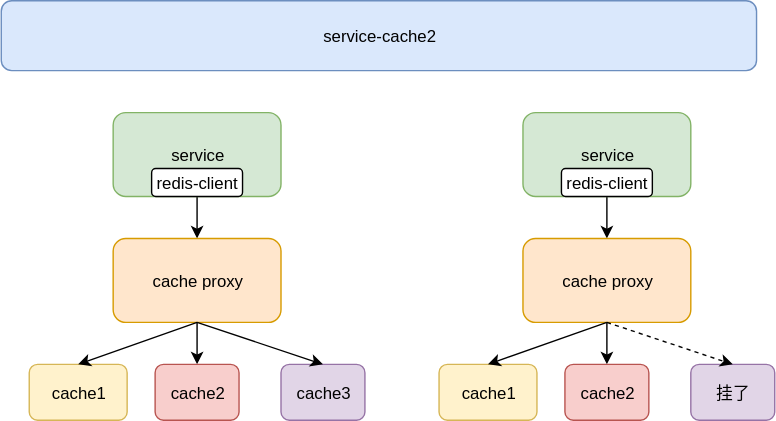
The draw.io diagram 19-基础设施/00-网关/00-Nginx/images/service-cache3.svg in cd-home/Root, before a commit. Source tidied: cells renumbered, new cells last; positions are measured from the earlier drawing's top-left corner, leaving out a move shared by most shapes.
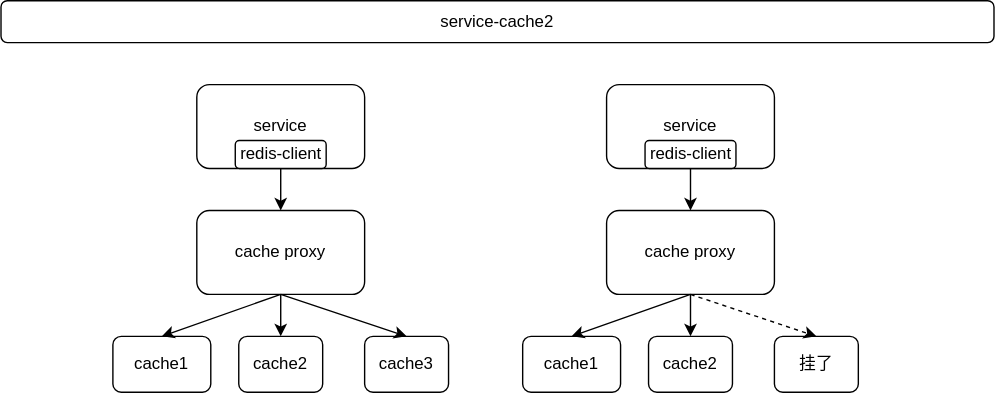
Above is the later version.

The edit, as a diff of the source:
```diff
@@ -2,28 +2,28 @@
   <root>
     <mxCell id="0" />
     <mxCell id="1" parent="0" />
-    <mxCell id="2" value="service-cache2" style="rounded=1;whiteSpace=wrap;html=1;fillColor=#dae8fc;strokeColor=#6c8ebf;" parent="1" vertex="1">
-      <mxGeometry width="540" height="50" as="geometry" />
+    <mxCell id="2" value="service-cache2" style="rounded=1;whiteSpace=wrap;html=1;" parent="1" vertex="1">
+      <mxGeometry x="-60" y="20" width="710" height="30" as="geometry" />
     </mxCell>
     <mxCell id="3" style="edgeStyle=orthogonalEdgeStyle;rounded=0;jettySize=auto;html=1;startArrow=none;startFill=0;" parent="1" edge="1" source="4" target="6">
       <mxGeometry relative="1" as="geometry" />
     </mxCell>
-    <mxCell id="4" value="service" style="rounded=1;whiteSpace=wrap;html=1;fillColor=#d5e8d4;strokeColor=#82b366;" parent="1" vertex="1">
+    <mxCell id="4" value="service" style="rounded=1;whiteSpace=wrap;html=1;" parent="1" vertex="1">
       <mxGeometry x="80" y="80" width="120" height="60" as="geometry" />
     </mxCell>
     <mxCell id="5" style="edgeStyle=orthogonalEdgeStyle;rounded=0;jettySize=auto;html=1;startArrow=none;startFill=0;" parent="1" edge="1" source="6" target="7">
       <mxGeometry relative="1" as="geometry" />
     </mxCell>
-    <mxCell id="6" value="cache proxy" style="rounded=1;whiteSpace=wrap;html=1;fillColor=#ffe6cc;strokeColor=#d79b00;" parent="1" vertex="1">
+    <mxCell id="6" value="cache proxy" style="rounded=1;whiteSpace=wrap;html=1;" parent="1" vertex="1">
       <mxGeometry x="80" y="170" width="120" height="60" as="geometry" />
     </mxCell>
-    <mxCell id="7" value="cache2" style="rounded=1;whiteSpace=wrap;html=1;fillColor=#f8cecc;strokeColor=#b85450;" parent="1" vertex="1">
+    <mxCell id="7" value="cache2" style="rounded=1;whiteSpace=wrap;html=1;" parent="1" vertex="1">
       <mxGeometry x="110" y="260" width="60" height="40" as="geometry" />
     </mxCell>
-    <mxCell id="8" value="cache3" style="rounded=1;whiteSpace=wrap;html=1;fillColor=#e1d5e7;strokeColor=#9673a6;" parent="1" vertex="1">
+    <mxCell id="8" value="cache3" style="rounded=1;whiteSpace=wrap;html=1;" parent="1" vertex="1">
       <mxGeometry x="200" y="260" width="60" height="40" as="geometry" />
     </mxCell>
-    <mxCell id="9" value="cache1" style="rounded=1;whiteSpace=wrap;html=1;fillColor=#fff2cc;strokeColor=#d6b656;" parent="1" vertex="1">
+    <mxCell id="9" value="cache1" style="rounded=1;whiteSpace=wrap;html=1;" parent="1" vertex="1">
       <mxGeometry x="20" y="260" width="70" height="40" as="geometry" />
     </mxCell>
     <mxCell id="10" value="redis-client" style="rounded=1;whiteSpace=wrap;html=1;" parent="1" vertex="1">
@@ -40,22 +40,22 @@
     <mxCell id="13" style="edgeStyle=orthogonalEdgeStyle;rounded=0;jettySize=auto;html=1;startArrow=none;startFill=0;" parent="1" edge="1" source="14" target="16">
       <mxGeometry relative="1" as="geometry" />
     </mxCell>
-    <mxCell id="14" value="service" style="rounded=1;whiteSpace=wrap;html=1;fillColor=#d5e8d4;strokeColor=#82b366;" parent="1" vertex="1">
+    <mxCell id="14" value="service" style="rounded=1;whiteSpace=wrap;html=1;" parent="1" vertex="1">
       <mxGeometry x="373" y="80" width="120" height="60" as="geometry" />
     </mxCell>
     <mxCell id="15" style="edgeStyle=orthogonalEdgeStyle;rounded=0;jettySize=auto;html=1;startArrow=none;startFill=0;" parent="1" edge="1" source="16" target="17">
       <mxGeometry relative="1" as="geometry" />
     </mxCell>
-    <mxCell id="16" value="cache proxy" style="rounded=1;whiteSpace=wrap;html=1;fillColor=#ffe6cc;strokeColor=#d79b00;" parent="1" vertex="1">
+    <mxCell id="16" value="cache proxy" style="rounded=1;whiteSpace=wrap;html=1;" parent="1" vertex="1">
       <mxGeometry x="373" y="170" width="120" height="60" as="geometry" />
     </mxCell>
-    <mxCell id="17" value="cache2" style="rounded=1;whiteSpace=wrap;html=1;fillColor=#f8cecc;strokeColor=#b85450;" parent="1" vertex="1">
+    <mxCell id="17" value="cache2" style="rounded=1;whiteSpace=wrap;html=1;" parent="1" vertex="1">
       <mxGeometry x="403" y="260" width="60" height="40" as="geometry" />
     </mxCell>
-    <mxCell id="18" value="挂了" style="rounded=1;whiteSpace=wrap;html=1;fillColor=#e1d5e7;strokeColor=#9673a6;" parent="1" vertex="1">
+    <mxCell id="18" value="挂了" style="rounded=1;whiteSpace=wrap;html=1;" parent="1" vertex="1">
       <mxGeometry x="493" y="260" width="60" height="40" as="geometry" />
     </mxCell>
-    <mxCell id="19" value="cache1" style="rounded=1;whiteSpace=wrap;html=1;fillColor=#fff2cc;strokeColor=#d6b656;" parent="1" vertex="1">
+    <mxCell id="19" value="cache1" style="rounded=1;whiteSpace=wrap;html=1;" parent="1" vertex="1">
       <mxGeometry x="313" y="260" width="70" height="40" as="geometry" />
     </mxCell>
     <mxCell id="20" value="redis-client" style="rounded=1;whiteSpace=wrap;html=1;" parent="1" vertex="1">
```
